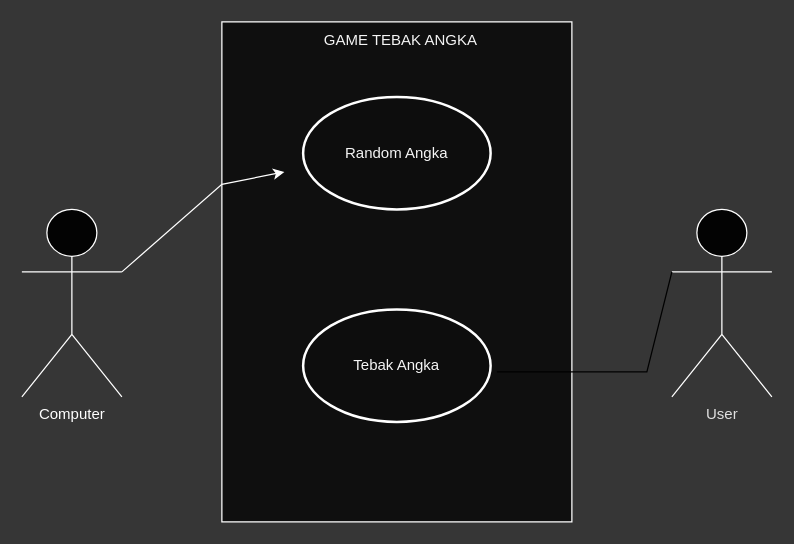
Rayival/Jobsheet1 keeps this draw.io diagram as use-case.drawio. Above is the earlier version. Source tidied: cells renumbered, new cells numbered last; positions are measured from the earlier drawing's top-left corner, leaving out a move shared by most shapes. Both pictures are drawn from the tidied source at 125%, with x=0, y=0 at pixel (21, 21).
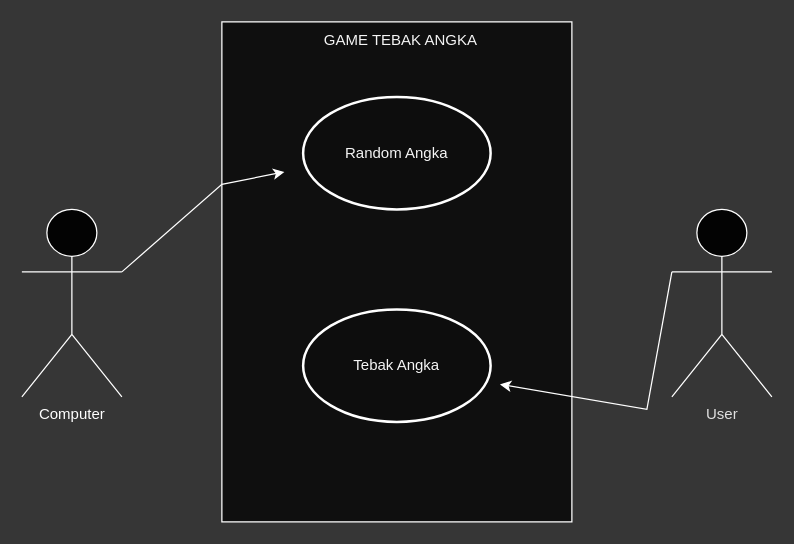
Above is the later version.

What changed in the source:
```diff
@@
 <mxGraphModel background="#363636">
   <root>
     <mxCell id="0" />
     <mxCell id="1" parent="0" />
     <mxCell id="2" style="rounded=0;whiteSpace=wrap;html=1;strokeColor=#FFFFFF;fillColor=#0F0F0F;" parent="1" vertex="1">
       <mxGeometry x="160" width="280" height="400" as="geometry" />
     </mxCell>
     <mxCell id="3" value="&lt;font color=&quot;#e0e0e0&quot;&gt;User&lt;br&gt;&lt;br&gt;&lt;/font&gt;" style="shape=umlActor;verticalLabelPosition=bottom;verticalAlign=top;html=1;outlineConnect=0;fillColor=#030303;strokeColor=#FFFFFF;" parent="1" vertex="1">
       <mxGeometry x="520" y="150" width="80" height="150" as="geometry" />
     </mxCell>
     <mxCell id="4" value="&lt;font color=&quot;#ffffff&quot;&gt;Computer&lt;br&gt;&lt;/font&gt;" style="shape=umlActor;verticalLabelPosition=bottom;verticalAlign=top;html=1;outlineConnect=0;fillColor=#030303;strokeColor=#FFFFFF;" parent="1" vertex="1">
       <mxGeometry y="150" width="80" height="150" as="geometry" />
     </mxCell>
     <mxCell id="5" style="ellipse;whiteSpace=wrap;html=1;strokeColor=#FFFFFF;fillColor=#0D0D0D;strokeWidth=2;" parent="1" vertex="1">
       <mxGeometry x="225" y="60" width="150" height="90" as="geometry" />
     </mxCell>
     <mxCell id="6" style="endArrow=classic;html=1;rounded=0;strokeColor=#FFFFFF;exitX=1;exitY=0.3333333333333333;exitDx=0;exitDy=0;exitPerimeter=0;" parent="1" edge="1" source="4">
       <mxGeometry relative="1" as="geometry">
         <mxPoint x="210" y="120" as="targetPoint" />
         <Array as="points">
           <mxPoint x="160" y="130" />
         </Array>
       </mxGeometry>
     </mxCell>
     <mxCell id="7" value="&lt;font color=&quot;#f5f5f5&quot;&gt;GAME TEBAK ANGKA&amp;nbsp;&lt;/font&gt;" style="text;html=1;strokeColor=none;fillColor=none;align=center;verticalAlign=middle;whiteSpace=wrap;rounded=0;" parent="1" vertex="1">
       <mxGeometry x="140" width="330" height="30" as="geometry" />
     </mxCell>
     <mxCell id="8" style="ellipse;whiteSpace=wrap;html=1;strokeColor=#FFFFFF;fillColor=#0D0D0D;strokeWidth=2;" parent="1" vertex="1">
       <mxGeometry x="225" y="230" width="150" height="90" as="geometry" />
     </mxCell>
     <mxCell id="9" value="&lt;font color=&quot;#f5f5f5&quot;&gt;Random Angka&lt;/font&gt;" style="text;html=1;strokeColor=none;fillColor=none;align=center;verticalAlign=middle;whiteSpace=wrap;rounded=0;" parent="1" vertex="1">
       <mxGeometry x="135" y="90" width="330" height="30" as="geometry" />
     </mxCell>
     <mxCell id="10" value="&lt;font color=&quot;#f5f5f5&quot;&gt;Tebak Angka&lt;/font&gt;" style="text;html=1;strokeColor=none;fillColor=none;align=center;verticalAlign=middle;whiteSpace=wrap;rounded=0;" parent="1" vertex="1">
       <mxGeometry x="135" y="260" width="330" height="30" as="geometry" />
     </mxCell>
-    <mxCell id="11" style="endArrow=none;html=1;rounded=0;entryX=0;entryY=0.3333333333333333;entryDx=0;entryDy=0;entryPerimeter=0;fontColor=#FCFCFC;labelBackgroundColor=#FFFFFF;" parent="1" edge="1" target="3">
-      <mxGeometry relative="1" as="geometry">
-        <mxPoint x="380" y="280" as="sourcePoint" />
-        <Array as="points">
-          <mxPoint x="500" y="280" />
-        </Array>
-      </mxGeometry>
-    </mxCell>
+    <mxCell id="12" style="endArrow=classic;html=1;rounded=0;strokeColor=#FFFFFF;exitX=0;exitY=0.3333333333333333;exitDx=0;exitDy=0;exitPerimeter=0;entryX=0.75;entryY=1;entryDx=0;entryDy=0;" parent="1" edge="1" source="3" target="10">
+      <mxGeometry relative="1" as="geometry">
+        <Array as="points">
+          <mxPoint x="500" y="310" />
+        </Array>
+      </mxGeometry>
+    </mxCell>
   </root>
 </mxGraphModel>
```
